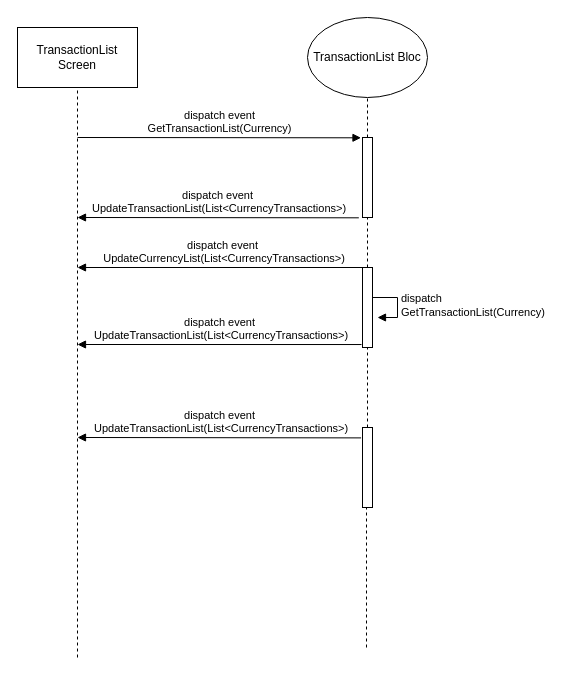
Above: TransactionListScreen_Diagram.drawio in TzuHanLiang/flutter (draw.io), before the change. Source tidied: cells renumbered, new cells numbered last; positions are measured from the earlier drawing's top-left corner, leaving out a move shared by most shapes. Both pictures are drawn from the tidied source at 100%, with x=0, y=0 at pixel (17, 17).
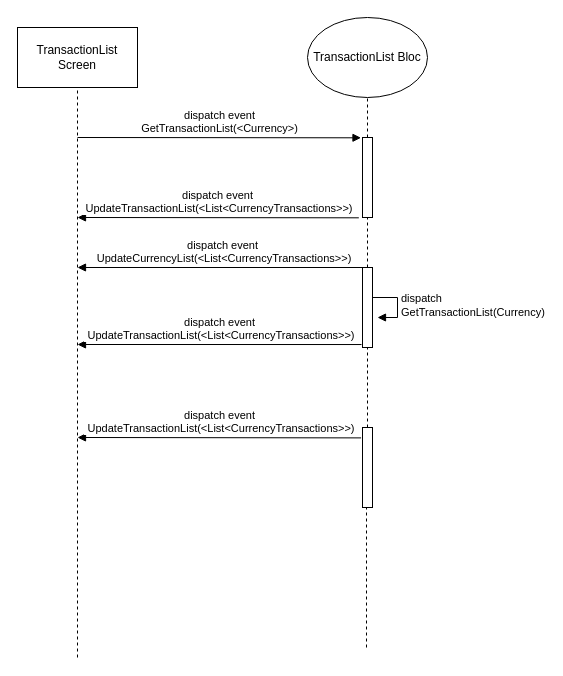
Above is the later version.

Unchanged cells that the change refers to:
```xml
<mxCell id="6" style="html=1;points=[];perimeter=orthogonalPerimeter;" parent="1" vertex="1">
  <mxGeometry x="345" y="120" width="10" height="80" as="geometry" />
</mxCell>
<mxCell id="12" style="html=1;points=[];perimeter=orthogonalPerimeter;" parent="1" vertex="1">
  <mxGeometry x="345" y="410" width="10" height="80" as="geometry" />
</mxCell>
<mxCell id="14" style="html=1;points=[];perimeter=orthogonalPerimeter;" parent="1" vertex="1">
  <mxGeometry x="345" y="250" width="10" height="80" as="geometry" />
</mxCell>
```

What changed in the source:
```diff
@@
-    <mxCell id="8" value="dispatch event&lt;br&gt;GetTransactionList(Currency)" style="html=1;verticalAlign=bottom;endArrow=block;entryX=-0.153;entryY=0.004;entryDx=0;entryDy=0;entryPerimeter=0;" parent="1" edge="1" target="6">
+    <mxCell id="8" value="dispatch event&lt;br&gt;GetTransactionList(&amp;lt;Currency&amp;gt;)" style="html=1;verticalAlign=bottom;endArrow=block;entryX=-0.153;entryY=0.004;entryDx=0;entryDy=0;entryPerimeter=0;" parent="1" edge="1" target="6">
       <mxGeometry relative="1" as="geometry">
         <mxPoint x="60" y="120" as="sourcePoint" />
       </mxGeometry>
     </mxCell>
-    <mxCell id="9" value="dispatch event&lt;br&gt;&amp;nbsp;UpdateTransactionList(List&amp;lt;CurrencyTransactions&amp;gt;)" style="html=1;verticalAlign=bottom;endArrow=block;exitX=-0.367;exitY=1.004;exitDx=0;exitDy=0;exitPerimeter=0;" parent="1" edge="1" source="6">
+    <mxCell id="9" value="dispatch event&lt;br&gt;&amp;nbsp;UpdateTransactionList(&amp;lt;List&amp;lt;CurrencyTransactions&amp;gt;&amp;gt;)" style="html=1;verticalAlign=bottom;endArrow=block;exitX=-0.367;exitY=1.004;exitDx=0;exitDy=0;exitPerimeter=0;" parent="1" edge="1" source="6">
       <mxGeometry relative="1" as="geometry">
         <mxPoint x="60" y="200" as="targetPoint" />
       </mxGeometry>
     </mxCell>
-    <mxCell id="10" value="dispatch event&lt;br&gt;&amp;nbsp;UpdateTransactionList(List&amp;lt;CurrencyTransactions&amp;gt;)" style="html=1;verticalAlign=bottom;endArrow=block;exitX=-0.14;exitY=0.13;exitDx=0;exitDy=0;exitPerimeter=0;" parent="1" edge="1" source="12">
+    <mxCell id="10" value="dispatch event&lt;br&gt;&amp;nbsp;UpdateTransactionList(&amp;lt;List&amp;lt;CurrencyTransactions&amp;gt;&amp;gt;)" style="html=1;verticalAlign=bottom;endArrow=block;exitX=-0.14;exitY=0.13;exitDx=0;exitDy=0;exitPerimeter=0;" parent="1" edge="1" source="12">
       <mxGeometry relative="1" as="geometry">
         <mxPoint x="60" y="420" as="targetPoint" />
       </mxGeometry>
     </mxCell>
-    <mxCell id="11" value="dispatch event&lt;br&gt;&amp;nbsp;UpdateCurrencyList(List&amp;lt;CurrencyTransactions&amp;gt;)" style="html=1;verticalAlign=bottom;endArrow=block;exitX=0.5;exitY=0;exitDx=0;exitDy=0;exitPerimeter=0;" parent="1" edge="1" source="14">
+    <mxCell id="11" value="dispatch event&lt;br&gt;&amp;nbsp;UpdateCurrencyList(&amp;lt;List&amp;lt;CurrencyTransactions&amp;gt;&amp;gt;)" style="html=1;verticalAlign=bottom;endArrow=block;exitX=0.5;exitY=0;exitDx=0;exitDy=0;exitPerimeter=0;" parent="1" edge="1" source="14">
       <mxGeometry relative="1" as="geometry">
         <mxPoint x="60" y="250" as="targetPoint" />
       </mxGeometry>
     </mxCell>
@@
-    <mxCell id="17" value="dispatch event&lt;br&gt;&amp;nbsp;UpdateTransactionList(List&amp;lt;CurrencyTransactions&amp;gt;)" style="html=1;verticalAlign=bottom;endArrow=block;exitX=-0.1;exitY=0.963;exitDx=0;exitDy=0;exitPerimeter=0;" parent="1" edge="1" source="14">
+    <mxCell id="17" value="dispatch event&lt;br&gt;&amp;nbsp;UpdateTransactionList(&amp;lt;List&amp;lt;CurrencyTransactions&amp;gt;&amp;gt;)" style="html=1;verticalAlign=bottom;endArrow=block;exitX=-0.1;exitY=0.963;exitDx=0;exitDy=0;exitPerimeter=0;" parent="1" edge="1" source="14">
       <mxGeometry relative="1" as="geometry">
         <mxPoint x="60" y="327" as="targetPoint" />
       </mxGeometry>
     </mxCell>
```
